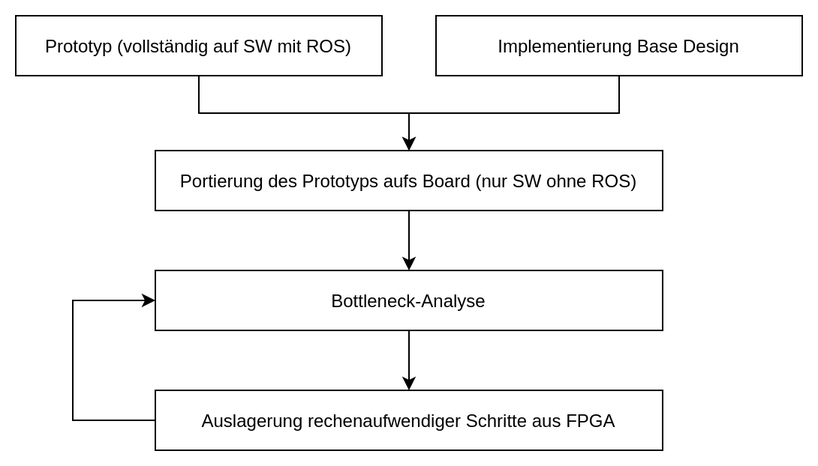
This is presentation/images/vorgehen.png from pahoffmann/fastsense, a draw.io export, as it was before one commit. Source tidied: cells renumbered, new cells last; positions are measured from the earlier drawing's top-left corner, leaving out a move shared by most shapes. Source of this version:
```xml
<mxGraphModel>
  <root>
    <mxCell id="0" />
    <mxCell id="1" parent="0" />
    <mxCell id="2" style="edgeStyle=orthogonalEdgeStyle;rounded=0;jettySize=auto;html=1;" parent="1" edge="1" source="3" target="7">
      <mxGeometry relative="1" as="geometry" />
    </mxCell>
    <mxCell id="3" value="Prototyp (vollständig auf SW mit ROS)" style="rounded=0;whiteSpace=wrap;html=1;" parent="1" vertex="1">
      <mxGeometry width="244" height="40" as="geometry" />
    </mxCell>
    <mxCell id="4" style="edgeStyle=orthogonalEdgeStyle;rounded=0;jettySize=auto;html=1;" parent="1" edge="1" source="5" target="7">
      <mxGeometry relative="1" as="geometry" />
    </mxCell>
    <mxCell id="5" value="Implementierung Base Design" style="rounded=0;whiteSpace=wrap;html=1;" parent="1" vertex="1">
      <mxGeometry x="280" width="244" height="40" as="geometry" />
    </mxCell>
    <mxCell id="6" style="edgeStyle=orthogonalEdgeStyle;rounded=0;jettySize=auto;html=1;" parent="1" edge="1" source="7" target="9">
      <mxGeometry relative="1" as="geometry" />
    </mxCell>
    <mxCell id="7" value="Portierung des Prototyps aufs Board (nur SW ohne ROS)" style="rounded=0;whiteSpace=wrap;html=1;" parent="1" vertex="1">
      <mxGeometry x="93" y="90" width="338" height="40" as="geometry" />
    </mxCell>
    <mxCell id="8" style="edgeStyle=orthogonalEdgeStyle;rounded=0;jettySize=auto;html=1;" parent="1" edge="1" source="9" target="11">
      <mxGeometry relative="1" as="geometry" />
    </mxCell>
    <mxCell id="9" value="Bottleneck-Analyse" style="rounded=0;whiteSpace=wrap;html=1;" parent="1" vertex="1">
      <mxGeometry x="93" y="170" width="338" height="40" as="geometry" />
    </mxCell>
    <mxCell id="10" style="edgeStyle=orthogonalEdgeStyle;rounded=0;jettySize=auto;html=1;entryX=0;entryY=0.5;entryDx=0;entryDy=0;" parent="1" edge="1" source="11" target="9">
      <mxGeometry relative="1" as="geometry">
        <Array as="points">
          <mxPoint x="38" y="270" />
          <mxPoint x="38" y="190" />
        </Array>
      </mxGeometry>
    </mxCell>
    <mxCell id="11" value="Auslagerung rechenaufwendiger Schritte aus FPGA" style="rounded=0;whiteSpace=wrap;html=1;" parent="1" vertex="1">
      <mxGeometry x="93" y="250" width="338" height="40" as="geometry" />
    </mxCell>
  </root>
</mxGraphModel>
```
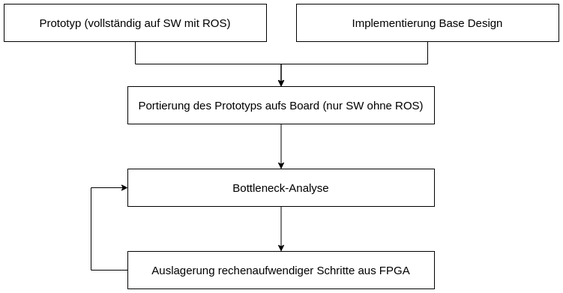
Later version of the same file.

Commit message:
Centering vorgehen graphic

Change to the diagram source:
```diff
@@ -2,40 +2,40 @@
   <root>
     <mxCell id="0" />
     <mxCell id="1" parent="0" />
-    <mxCell id="2" style="edgeStyle=orthogonalEdgeStyle;rounded=0;jettySize=auto;html=1;" parent="1" edge="1" source="3" target="7">
+    <mxCell id="2" style="edgeStyle=orthogonalEdgeStyle;rounded=0;jettySize=auto;html=1;fontSize=15;" parent="1" edge="1" source="3" target="7">
       <mxGeometry relative="1" as="geometry" />
     </mxCell>
-    <mxCell id="3" value="Prototyp (vollständig auf SW mit ROS)" style="rounded=0;whiteSpace=wrap;html=1;" parent="1" vertex="1">
-      <mxGeometry width="244" height="40" as="geometry" />
+    <mxCell id="3" value="&lt;font style=&quot;font-size: 15px&quot;&gt;Prototyp (vollständig auf SW mit ROS)&lt;/font&gt;" style="rounded=0;whiteSpace=wrap;html=1;fontSize=15;" parent="1" vertex="1">
+      <mxGeometry x="-108" y="-60" width="350" height="50" as="geometry" />
     </mxCell>
-    <mxCell id="4" style="edgeStyle=orthogonalEdgeStyle;rounded=0;jettySize=auto;html=1;" parent="1" edge="1" source="5" target="7">
+    <mxCell id="4" style="edgeStyle=orthogonalEdgeStyle;rounded=0;jettySize=auto;html=1;fontSize=15;" parent="1" edge="1" source="5" target="7">
       <mxGeometry relative="1" as="geometry" />
     </mxCell>
-    <mxCell id="5" value="Implementierung Base Design" style="rounded=0;whiteSpace=wrap;html=1;" parent="1" vertex="1">
-      <mxGeometry x="280" width="244" height="40" as="geometry" />
+    <mxCell id="5" value="&lt;font style=&quot;font-size: 15px&quot;&gt;Implementierung Base Design&lt;/font&gt;" style="rounded=0;whiteSpace=wrap;html=1;fontSize=15;" parent="1" vertex="1">
+      <mxGeometry x="282" y="-60" width="350" height="50" as="geometry" />
     </mxCell>
-    <mxCell id="6" style="edgeStyle=orthogonalEdgeStyle;rounded=0;jettySize=auto;html=1;" parent="1" edge="1" source="7" target="9">
+    <mxCell id="6" style="edgeStyle=orthogonalEdgeStyle;rounded=0;jettySize=auto;html=1;fontSize=15;" parent="1" edge="1" source="7" target="9">
       <mxGeometry relative="1" as="geometry" />
     </mxCell>
-    <mxCell id="7" value="Portierung des Prototyps aufs Board (nur SW ohne ROS)" style="rounded=0;whiteSpace=wrap;html=1;" parent="1" vertex="1">
-      <mxGeometry x="93" y="90" width="338" height="40" as="geometry" />
+    <mxCell id="7" value="&lt;span&gt;Portierung des Prototyps aufs Board (nur SW ohne ROS)&lt;/span&gt;" style="rounded=0;whiteSpace=wrap;html=1;fontSize=15;" parent="1" vertex="1">
+      <mxGeometry x="57" y="50" width="409" height="50" as="geometry" />
     </mxCell>
-    <mxCell id="8" style="edgeStyle=orthogonalEdgeStyle;rounded=0;jettySize=auto;html=1;" parent="1" edge="1" source="9" target="11">
+    <mxCell id="8" style="edgeStyle=orthogonalEdgeStyle;rounded=0;jettySize=auto;html=1;fontSize=15;" parent="1" edge="1" source="9" target="11">
       <mxGeometry relative="1" as="geometry" />
     </mxCell>
-    <mxCell id="9" value="Bottleneck-Analyse" style="rounded=0;whiteSpace=wrap;html=1;" parent="1" vertex="1">
-      <mxGeometry x="93" y="170" width="338" height="40" as="geometry" />
+    <mxCell id="9" value="&lt;span&gt;Bottleneck-Analyse&lt;/span&gt;" style="rounded=0;whiteSpace=wrap;html=1;fontSize=15;" parent="1" vertex="1">
+      <mxGeometry x="57" y="160" width="409" height="50" as="geometry" />
     </mxCell>
-    <mxCell id="10" style="edgeStyle=orthogonalEdgeStyle;rounded=0;jettySize=auto;html=1;entryX=0;entryY=0.5;entryDx=0;entryDy=0;" parent="1" edge="1" source="11" target="9">
+    <mxCell id="10" style="edgeStyle=orthogonalEdgeStyle;rounded=0;jettySize=auto;html=1;fontSize=15;entryX=0;entryY=0.5;entryDx=0;entryDy=0;" parent="1" edge="1" source="11" target="9">
       <mxGeometry relative="1" as="geometry">
         <Array as="points">
-          <mxPoint x="38" y="270" />
-          <mxPoint x="38" y="190" />
+          <mxPoint x="8" y="295" />
+          <mxPoint x="8" y="185" />
         </Array>
       </mxGeometry>
     </mxCell>
-    <mxCell id="11" value="Auslagerung rechenaufwendiger Schritte aus FPGA" style="rounded=0;whiteSpace=wrap;html=1;" parent="1" vertex="1">
-      <mxGeometry x="93" y="250" width="338" height="40" as="geometry" />
+    <mxCell id="11" value="&lt;span&gt;Auslagerung rechenaufwendiger Schritte aus FPGA&lt;/span&gt;" style="rounded=0;whiteSpace=wrap;html=1;fontSize=15;" parent="1" vertex="1">
+      <mxGeometry x="57" y="270" width="409" height="50" as="geometry" />
     </mxCell>
   </root>
 </mxGraphModel>
```
